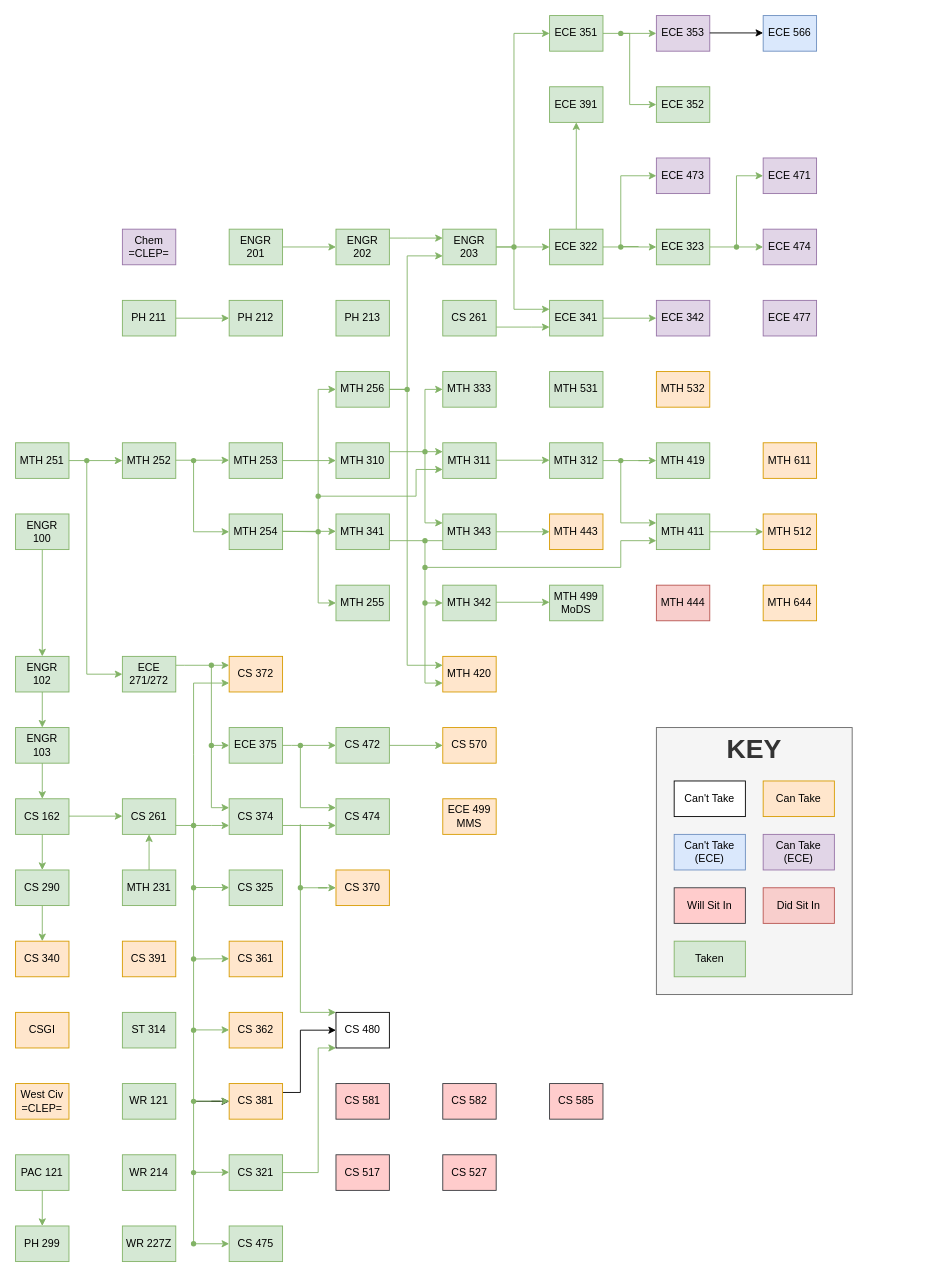
Jonas-Carew/Class-Flowchart keeps this draw.io diagram as Classes.drawio. Above is the earlier version. Source tidied: cells renumbered, new cells numbered last; positions are measured from the earlier drawing's top-left corner, leaving out a move shared by most shapes. Both pictures are drawn from the tidied source at 89%, with x=0, y=0 at pixel (15, 15).
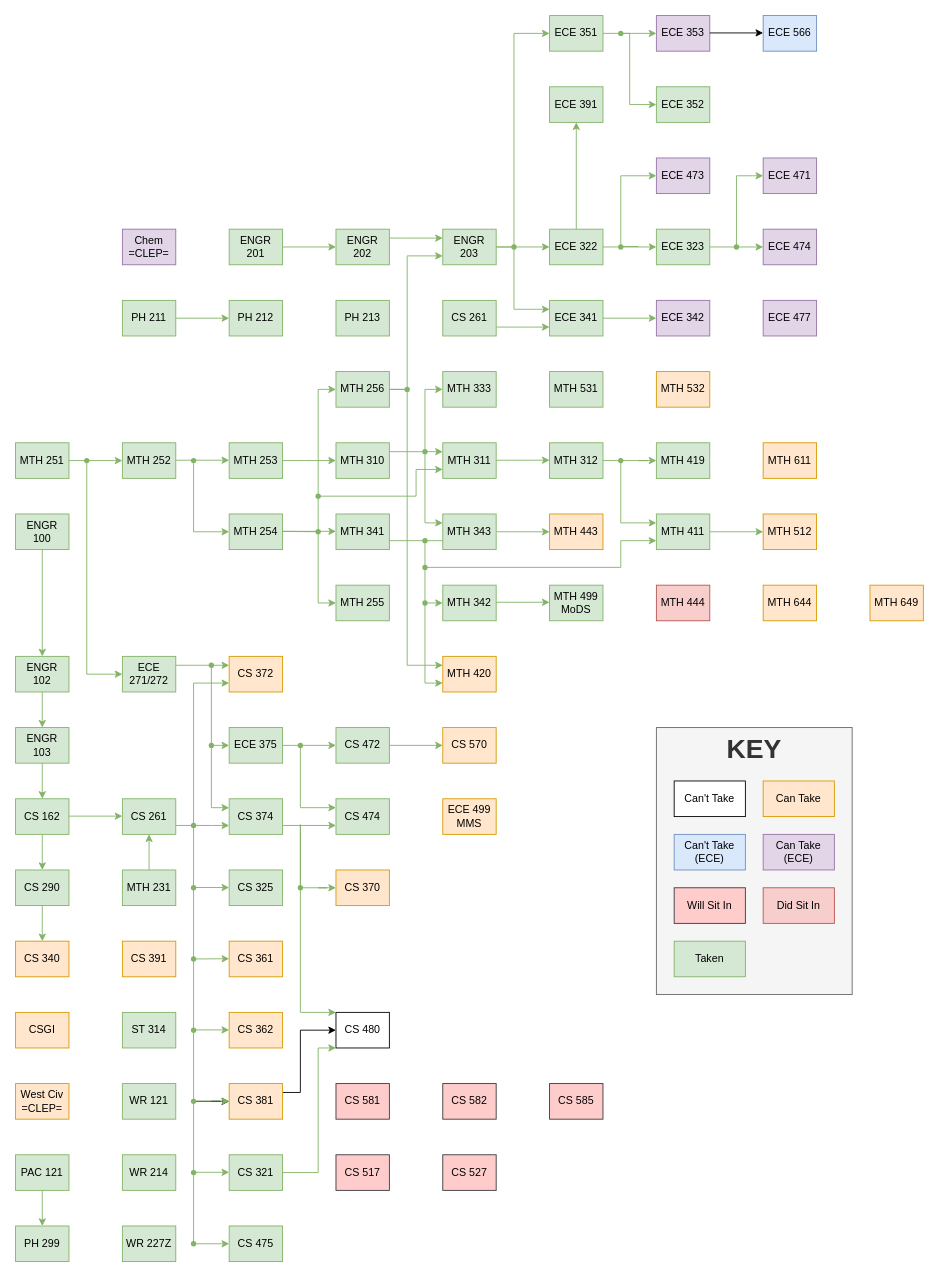
The same page after the edit.

Diff of the diagram source:
```diff
@@
+    <mxCell id="189" value="&lt;div&gt;MTH 649&lt;/div&gt;" style="rounded=0;whiteSpace=wrap;html=1;fillColor=#ffe6cc;strokeColor=#d79b00;" parent="1" vertex="1">
+      <mxGeometry x="960" y="640" width="60" height="40" as="geometry" />
+    </mxCell>
```
